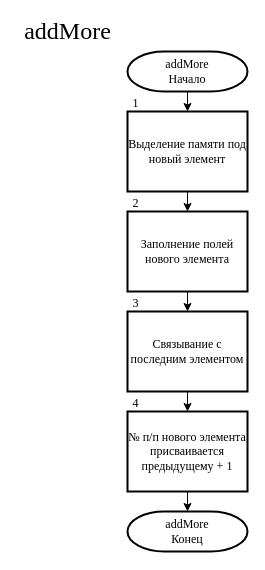
Earlier version of the draw.io diagram page "Добавление элемента" (2 of 12) of Структурные схемы для КП.drawio (noidoRG/my-draw.io). Source tidied: cells renumbered, new cells numbered last; positions are measured from the earlier drawing's top-left corner, leaving out a move shared by most shapes. Both pictures are drawn from the tidied source at 100%, with x=0, y=0 at pixel (17, 21).
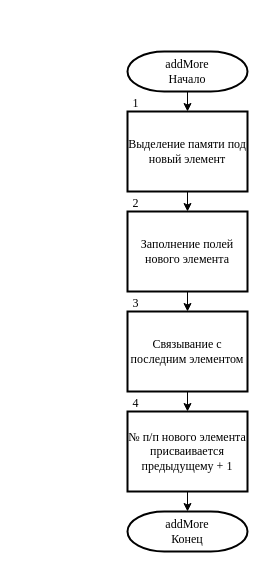
After the change.

Change to the diagram source:
```diff
@@
-    <mxCell id="2" value="&lt;font style=&quot;font-size: 24px&quot;&gt;addMore&lt;/font&gt;" style="text;html=1;align=center;verticalAlign=middle;strokeColor=none;fillColor=none;fontSize=12;fontFamily=Times New Roman;" parent="1" vertex="1">
-      <mxGeometry width="100" height="20" as="geometry" />
-    </mxCell>
```
